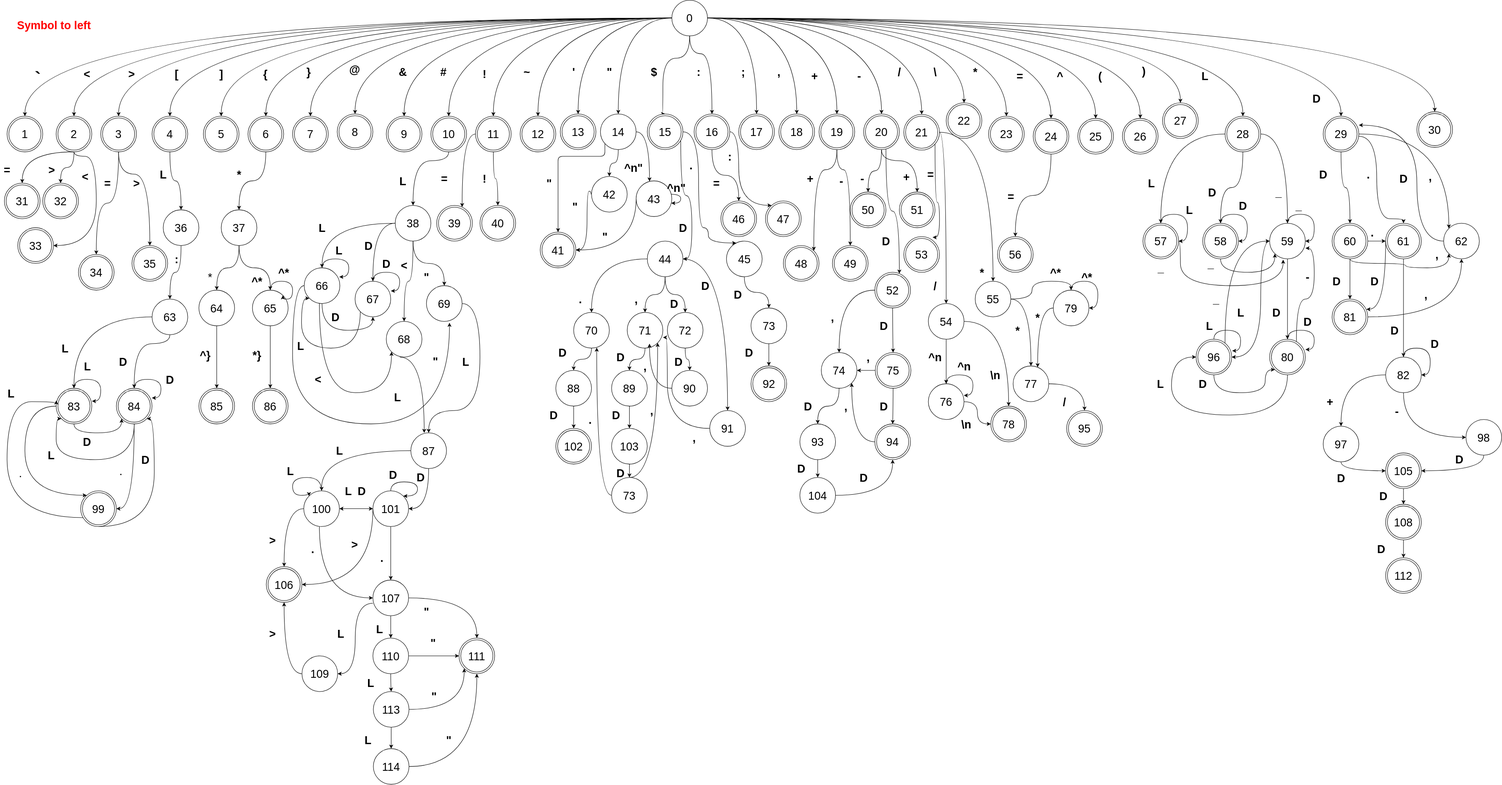
The draw.io diagram docs/dfa.svg in Jnguyenpham94/CECS_444, before a commit. Source tidied: cells renumbered, new cells last; positions are measured from the earlier drawing's top-left corner, leaving out a move shared by most shapes.
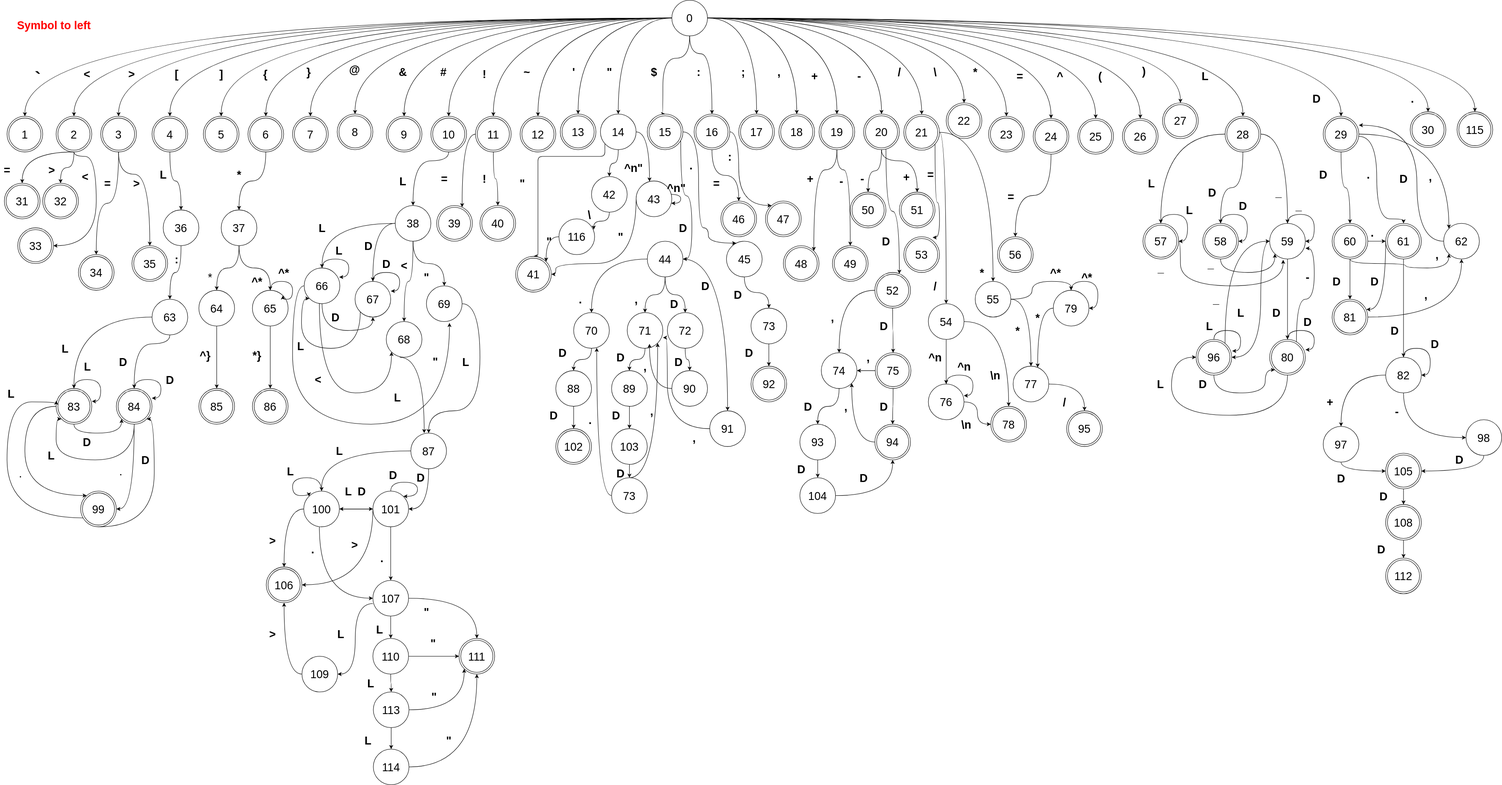
After the change.

Commit message:
dfa update with new 116 state

Diff of the diagram source:
```diff
@@ -105,6 +105,9 @@
     <mxCell id="32" style="edgeStyle=orthogonalEdgeStyle;curved=1;sketch=0;jettySize=auto;html=1;shadow=0;fontSize=25;" parent="1" edge="1" source="33" target="102">
       <mxGeometry relative="1" as="geometry" />
     </mxCell>
+    <mxCell id="461" style="edgeStyle=orthogonalEdgeStyle;jettySize=auto;html=1;curved=1;" parent="1" edge="1" source="33" target="464">
+      <mxGeometry relative="1" as="geometry" />
+    </mxCell>
     <mxCell id="33" value="0" style="ellipse;whiteSpace=wrap;html=1;fontSize=25;" parent="1" vertex="1">
       <mxGeometry x="1505" width="80" height="80" as="geometry" />
     </mxCell>
@@ -302,7 +305,7 @@
       <mxGeometry relative="1" as="geometry">
         <Array as="points">
           <mxPoint x="1355" y="350" />
-          <mxPoint x="1250" y="350" />
+          <mxPoint x="1205" y="350" />
         </Array>
       </mxGeometry>
     </mxCell>
@@ -382,7 +385,7 @@
       <mxGeometry x="2415" y="265" width="80" height="80" as="geometry" />
     </mxCell>
     <mxCell id="98" value="30" style="ellipse;shape=doubleEllipse;whiteSpace=wrap;html=1;fontSize=25;" parent="1" vertex="1">
-      <mxGeometry x="3175" y="250" width="80" height="80" as="geometry" />
+      <mxGeometry x="3160" y="250" width="80" height="80" as="geometry" />
     </mxCell>
     <mxCell id="99" style="edgeStyle=orthogonalEdgeStyle;curved=1;sketch=0;jettySize=auto;html=1;shadow=0;fontSize=25;fontColor=#000000;" parent="1" edge="1" source="102" target="218">
       <mxGeometry relative="1" as="geometry" />
@@ -547,33 +550,26 @@
     <mxCell id="150" value="!" style="text;html=1;align=center;verticalAlign=middle;strokeColor=none;fillColor=none;fontSize=25;fontColor=#000000;fontStyle=1;" parent="1" vertex="1">
       <mxGeometry x="1075" y="380" width="20" height="40" as="geometry" />
     </mxCell>
-    <mxCell id="151" style="edgeStyle=orthogonalEdgeStyle;curved=1;sketch=0;jettySize=auto;html=1;shadow=0;fontSize=25;fontColor=#000000;" parent="1" edge="1" target="154">
-      <mxGeometry relative="1" as="geometry">
-        <mxPoint x="1324" y="435" as="sourcePoint" />
-        <Array as="points">
-          <mxPoint x="1324" y="428" />
-          <mxPoint x="1315" y="428" />
-          <mxPoint x="1315" y="560" />
-        </Array>
-      </mxGeometry>
-    </mxCell>
+    <mxCell id="462" style="edgeStyle=orthogonalEdgeStyle;curved=1;jettySize=auto;html=1;entryX=0.975;entryY=0.3;entryDx=0;entryDy=0;entryPerimeter=0;" parent="1" edge="1" source="152" target="466">
+      <mxGeometry relative="1" as="geometry" />
+    </mxCell>
     <mxCell id="152" value="42" style="ellipse;whiteSpace=wrap;html=1;fontSize=25;" parent="1" vertex="1">
       <mxGeometry x="1325" y="395" width="80" height="80" as="geometry" />
     </mxCell>
     <mxCell id="153" value="&quot;" style="text;html=1;align=center;verticalAlign=middle;strokeColor=none;fillColor=none;fontSize=25;fontColor=#000000;fontStyle=1;" parent="1" vertex="1">
-      <mxGeometry x="1215" y="390" width="30" height="40" as="geometry" />
+      <mxGeometry x="1155" y="390" width="30" height="40" as="geometry" />
     </mxCell>
     <mxCell id="154" value="41" style="ellipse;shape=doubleEllipse;whiteSpace=wrap;html=1;fontSize=25;" parent="1" vertex="1">
-      <mxGeometry x="1210" y="520" width="80" height="80" as="geometry" />
+      <mxGeometry x="1155" y="574" width="80" height="80" as="geometry" />
     </mxCell>
     <mxCell id="155" value="&quot;" style="text;html=1;align=center;verticalAlign=middle;strokeColor=none;fillColor=none;fontSize=25;fontColor=#000000;fontStyle=1;" parent="1" vertex="1">
-      <mxGeometry x="1273" y="442" width="30" height="40" as="geometry" />
+      <mxGeometry x="1215" y="520" width="30" height="40" as="geometry" />
     </mxCell>
     <mxCell id="156" style="edgeStyle=orthogonalEdgeStyle;curved=1;sketch=0;jettySize=auto;html=1;entryX=1;entryY=0.5;entryDx=0;entryDy=0;shadow=0;fontSize=25;fontColor=#000000;" parent="1" edge="1" source="157" target="154">
       <mxGeometry relative="1" as="geometry">
         <Array as="points">
-          <mxPoint x="1425" y="445" />
-          <mxPoint x="1425" y="560" />
+          <mxPoint x="1425" y="590" />
+          <mxPoint x="1245" y="590" />
         </Array>
       </mxGeometry>
     </mxCell>
@@ -930,7 +926,7 @@
       <mxGeometry x="1485" y="400" width="60" height="40" as="geometry" />
     </mxCell>
     <mxCell id="252" value="&quot;" style="text;html=1;align=center;verticalAlign=middle;strokeColor=none;fillColor=none;fontSize=25;fontColor=#000000;fontStyle=1;" parent="1" vertex="1">
-      <mxGeometry x="1340" y="510" width="30" height="40" as="geometry" />
+      <mxGeometry x="1375" y="510" width="30" height="40" as="geometry" />
     </mxCell>
     <mxCell id="253" value="92" style="ellipse;shape=doubleEllipse;whiteSpace=wrap;html=1;fontSize=25;" parent="1" vertex="1">
       <mxGeometry x="1682.5" y="820" width="80" height="80" as="geometry" />
@@ -1679,5 +1675,20 @@
     <mxCell id="460" value="D" style="text;html=1;align=center;verticalAlign=middle;strokeColor=none;fillColor=none;fontSize=25;fontColor=#000000;fontStyle=1;" parent="1" vertex="1">
       <mxGeometry x="3085" y="1091" width="30" height="40" as="geometry" />
     </mxCell>
+    <mxCell id="463" value="." style="text;html=1;align=center;verticalAlign=middle;strokeColor=none;fillColor=none;fontSize=25;fontColor=#000000;fontStyle=1;" parent="1" vertex="1">
+      <mxGeometry x="3155" y="200" width="20" height="40" as="geometry" />
+    </mxCell>
+    <mxCell id="464" value="115" style="ellipse;shape=doubleEllipse;whiteSpace=wrap;html=1;fontSize=25;" parent="1" vertex="1">
+      <mxGeometry x="3265" y="250" width="80" height="80" as="geometry" />
+    </mxCell>
+    <mxCell id="465" style="edgeStyle=orthogonalEdgeStyle;curved=1;jettySize=auto;html=1;entryX=1;entryY=0;entryDx=0;entryDy=0;" parent="1" edge="1" source="466" target="154">
+      <mxGeometry relative="1" as="geometry" />
+    </mxCell>
+    <mxCell id="466" value="116" style="ellipse;whiteSpace=wrap;html=1;fontSize=25;" parent="1" vertex="1">
+      <mxGeometry x="1252" y="490" width="80" height="80" as="geometry" />
+    </mxCell>
+    <mxCell id="467" value="\" style="text;html=1;align=center;verticalAlign=middle;strokeColor=none;fillColor=none;fontSize=25;fontStyle=1;" parent="1" vertex="1">
+      <mxGeometry x="1310" y="460" width="20" height="40" as="geometry" />
+    </mxCell>
   </root>
 </mxGraphModel>
```
